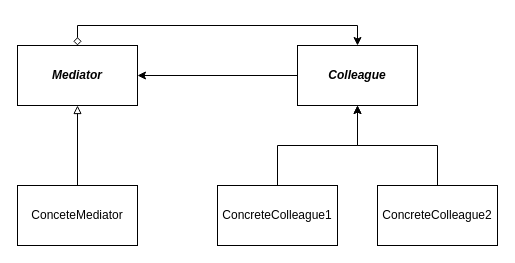
Before: UML/DP16Mediator.drawio in mazhongbin/designpattern, a draw.io diagram. Source tidied: cells renumbered, new cells numbered last; positions are measured from the earlier drawing's top-left corner, leaving out a move shared by most shapes. Both pictures are drawn from the tidied source at 100%, with x=0, y=0 at pixel (17, 25).
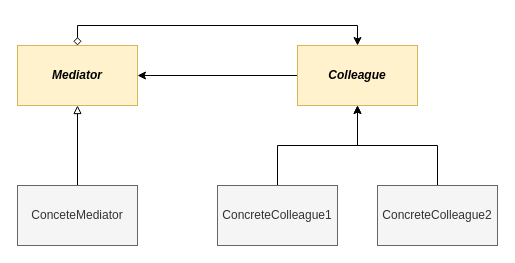
Above is the later version.

The edit, as a diff of the source:
```diff
@@
 <mxGraphModel>
   <root>
     <mxCell id="0" />
     <mxCell id="1" parent="0" />
     <mxCell id="2" style="edgeStyle=orthogonalEdgeStyle;rounded=0;jettySize=auto;html=1;entryX=0.5;entryY=0;entryDx=0;entryDy=0;endArrow=classic;endFill=1;startArrow=diamond;startFill=0;" parent="1" edge="1" source="3" target="5">
       <mxGeometry relative="1" as="geometry">
         <Array as="points">
           <mxPoint x="60" />
           <mxPoint x="340" />
         </Array>
       </mxGeometry>
     </mxCell>
-    <mxCell id="3" value="&lt;b&gt;&lt;i&gt;Mediator&lt;/i&gt;&lt;/b&gt;" style="rounded=0;whiteSpace=wrap;html=1;" parent="1" vertex="1">
+    <mxCell id="3" value="&lt;b&gt;&lt;i&gt;Mediator&lt;/i&gt;&lt;/b&gt;" style="rounded=0;whiteSpace=wrap;html=1;fillColor=#fff2cc;strokeColor=#d6b656;" parent="1" vertex="1">
       <mxGeometry y="20" width="120" height="60" as="geometry" />
     </mxCell>
     <mxCell id="4" style="edgeStyle=orthogonalEdgeStyle;rounded=0;jettySize=auto;html=1;entryX=1;entryY=0.5;entryDx=0;entryDy=0;" parent="1" edge="1" source="5" target="3">
       <mxGeometry relative="1" as="geometry" />
     </mxCell>
-    <mxCell id="5" value="&lt;b&gt;&lt;i&gt;Colleague&lt;/i&gt;&lt;/b&gt;" style="rounded=0;whiteSpace=wrap;html=1;" parent="1" vertex="1">
+    <mxCell id="5" value="&lt;b&gt;&lt;i&gt;Colleague&lt;/i&gt;&lt;/b&gt;" style="rounded=0;whiteSpace=wrap;html=1;fillColor=#fff2cc;strokeColor=#d6b656;" parent="1" vertex="1">
       <mxGeometry x="280" y="20" width="120" height="60" as="geometry" />
     </mxCell>
     <mxCell id="6" style="edgeStyle=orthogonalEdgeStyle;rounded=0;jettySize=auto;html=1;entryX=0.5;entryY=1;entryDx=0;entryDy=0;endArrow=block;endFill=0;" parent="1" edge="1" source="7" target="3">
       <mxGeometry relative="1" as="geometry" />
     </mxCell>
-    <mxCell id="7" value="ConceteMediator" style="rounded=0;whiteSpace=wrap;html=1;" parent="1" vertex="1">
+    <mxCell id="7" value="ConceteMediator" style="rounded=0;whiteSpace=wrap;html=1;fillColor=#f5f5f5;strokeColor=#666666;fontColor=#333333;" parent="1" vertex="1">
       <mxGeometry y="160" width="120" height="60" as="geometry" />
     </mxCell>
     <mxCell id="8" style="edgeStyle=orthogonalEdgeStyle;rounded=0;jettySize=auto;html=1;entryX=0.5;entryY=1;entryDx=0;entryDy=0;" parent="1" edge="1" source="9" target="5">
       <mxGeometry relative="1" as="geometry" />
     </mxCell>
-    <mxCell id="9" value="ConcreteColleague1" style="rounded=0;whiteSpace=wrap;html=1;" parent="1" vertex="1">
+    <mxCell id="9" value="ConcreteColleague1" style="rounded=0;whiteSpace=wrap;html=1;fillColor=#f5f5f5;strokeColor=#666666;fontColor=#333333;" parent="1" vertex="1">
       <mxGeometry x="200" y="160" width="120" height="60" as="geometry" />
     </mxCell>
     <mxCell id="10" style="edgeStyle=orthogonalEdgeStyle;rounded=0;jettySize=auto;html=1;" parent="1" edge="1" source="11">
       <mxGeometry relative="1" as="geometry">
         <mxPoint x="340" y="80" as="targetPoint" />
         <Array as="points">
           <mxPoint x="420" y="120" />
           <mxPoint x="340" y="120" />
         </Array>
       </mxGeometry>
     </mxCell>
-    <mxCell id="11" value="ConcreteColleague2" style="rounded=0;whiteSpace=wrap;html=1;" parent="1" vertex="1">
+    <mxCell id="11" value="ConcreteColleague2" style="rounded=0;whiteSpace=wrap;html=1;fillColor=#f5f5f5;strokeColor=#666666;fontColor=#333333;" parent="1" vertex="1">
       <mxGeometry x="360" y="160" width="120" height="60" as="geometry" />
     </mxCell>
   </root>
 </mxGraphModel>
```
